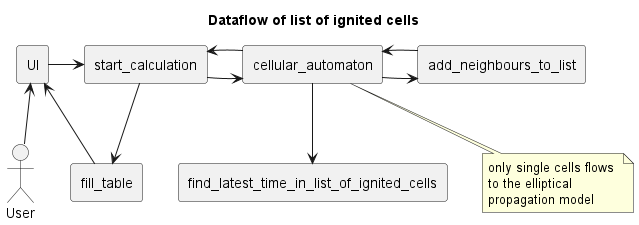
The PlantUML diagram out/documentation/dataflow_list_of_ignited_cells/dataflow_list_of_ignited_cells.png in OTI2020/ember-sim-germany, before a commit. The source it was exported from:
```plantuml
@startuml
actor User
rectangle UI
rectangle start_calculation
rectangle cellular_automaton
rectangle find_latest_time_in_list_of_ignited_cells
rectangle fill_table
rectangle add_neighbours_to_list

Title Dataflow of list of ignited cells

User -up-> UI
UI -right-> start_calculation
start_calculation -right-> cellular_automaton
cellular_automaton --> find_latest_time_in_list_of_ignited_cells
cellular_automaton -right-> add_neighbours_to_list
add_neighbours_to_list -left-> cellular_automaton

note bottom
only single cells flows
to the elliptical
propagation model
end note

cellular_automaton -left-> start_calculation
start_calculation --> fill_table
fill_table -left-> UI
@enduml
```
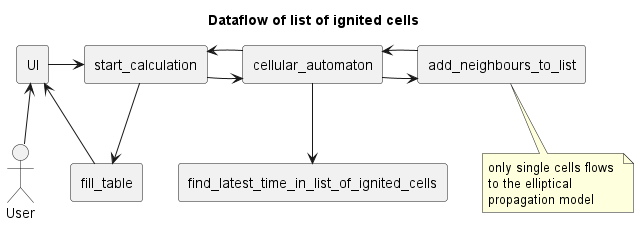
After the commit.

Commit message:
fix comment position

Change to the diagram source:
```diff
@@ -14,14 +14,12 @@
 start_calculation -right-> cellular_automaton
 cellular_automaton --> find_latest_time_in_list_of_ignited_cells
 cellular_automaton -right-> add_neighbours_to_list
-add_neighbours_to_list -left-> cellular_automaton
-
 note bottom
 only single cells flows
 to the elliptical
 propagation model
 end note
-
+add_neighbours_to_list -left-> cellular_automaton
 cellular_automaton -left-> start_calculation
 start_calculation --> fill_table
 fill_table -left-> UI
```
